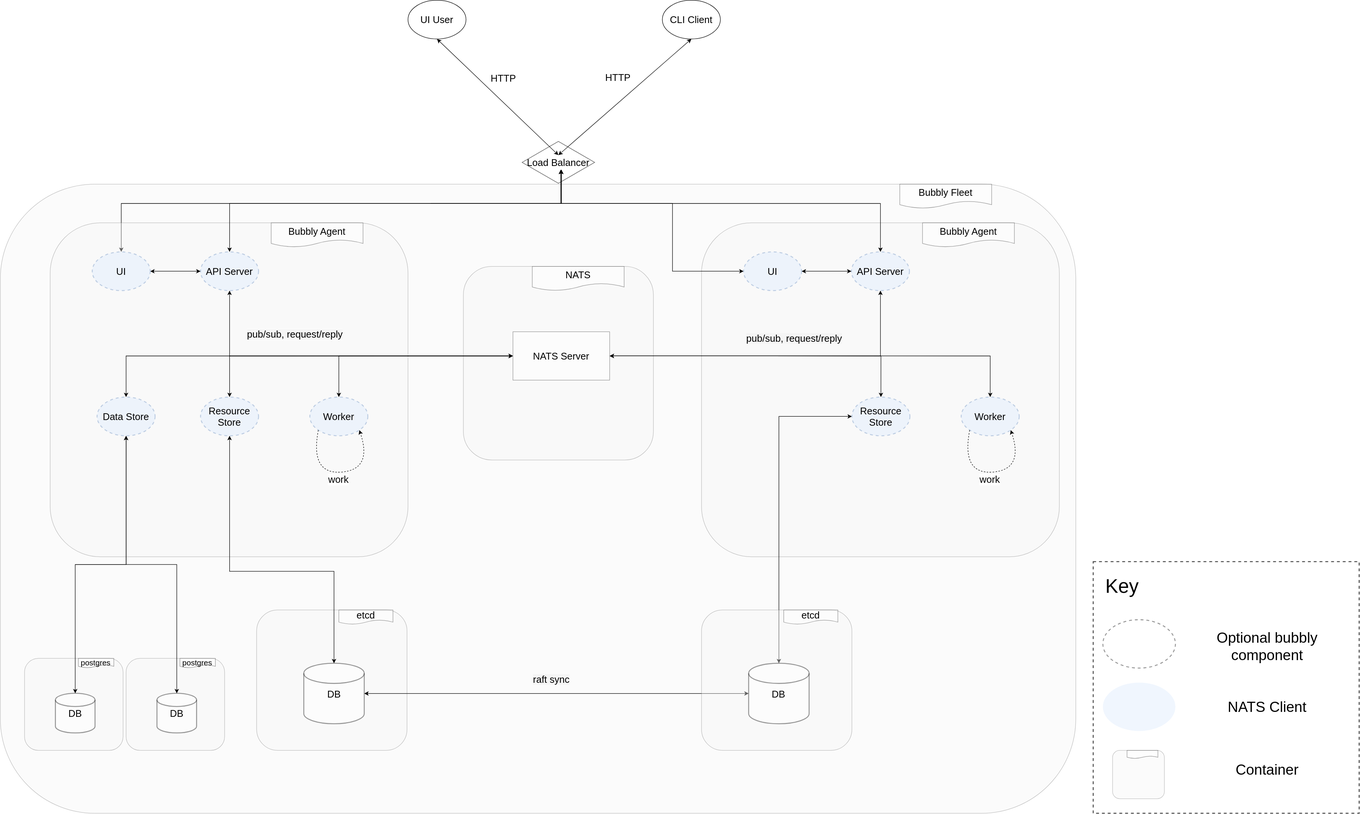
The draw.io diagram docs/images/architecture-multi.drawio.svg in valocode/bubbly, before a commit. Source tidied: cells renumbered, new cells last; positions are measured from the earlier drawing's top-left corner, leaving out a move shared by most shapes.
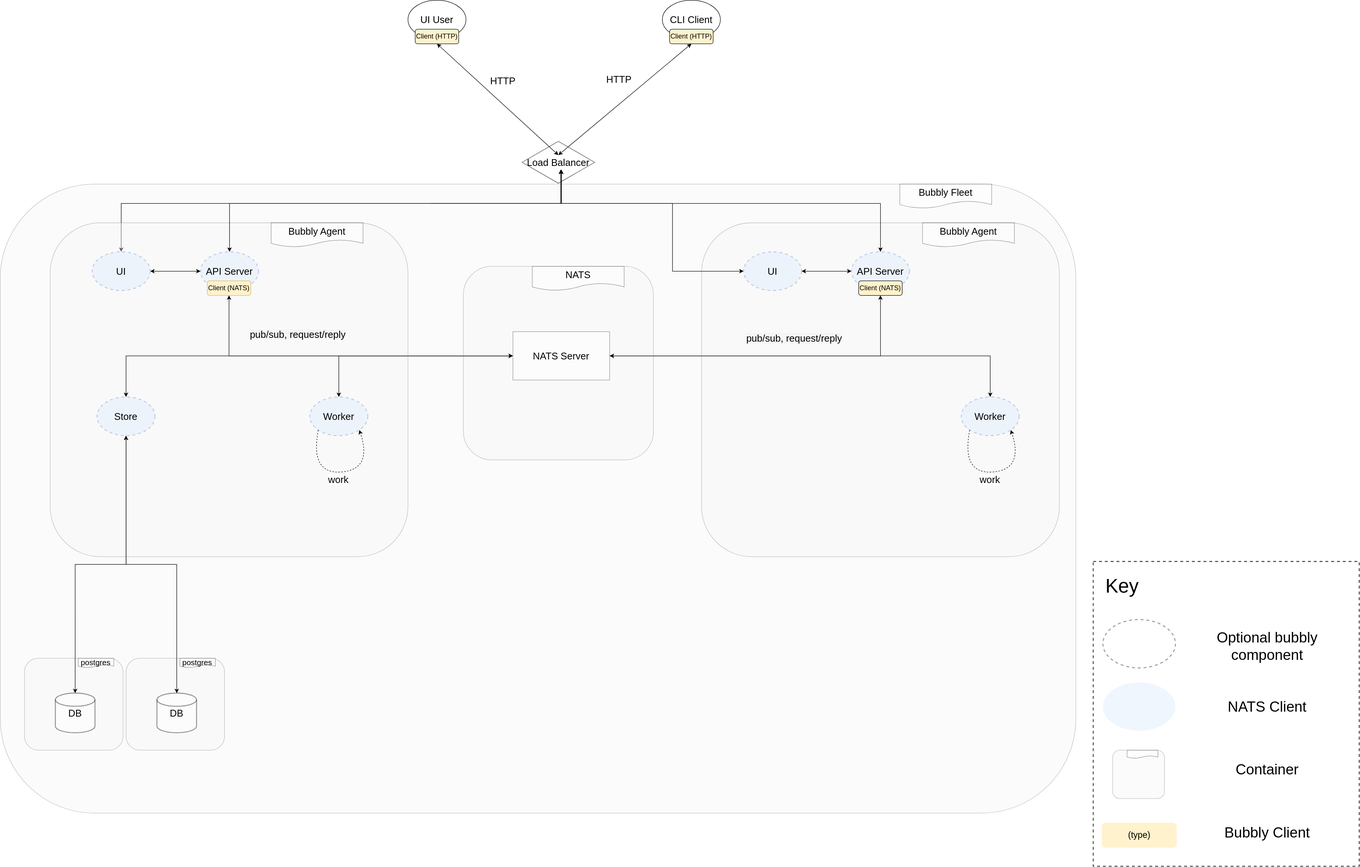
After the change.

Diff of the diagram source:
```diff
@@ -5,18 +5,6 @@
     <mxCell id="2" style="rounded=1;whiteSpace=wrap;html=1;opacity=40;fontSize=20;fillColor=#f5f5f5;strokeColor=#666666;fontColor=#333333;" parent="1" vertex="1">
       <mxGeometry y="380" width="2224" height="1300" as="geometry" />
     </mxCell>
-    <mxCell id="3" style="group;" parent="1" vertex="1">
-      <mxGeometry x="530" y="1260" width="311" height="290" as="geometry" />
-    </mxCell>
-    <mxCell id="4" style="rounded=1;whiteSpace=wrap;html=1;fillColor=#f5f5f5;strokeColor=#666666;fontColor=#333333;opacity=40;fontSize=20;" parent="3" vertex="1">
-      <mxGeometry width="311" height="290" as="geometry" />
-    </mxCell>
-    <mxCell id="5" value="etcd" style="shape=document;whiteSpace=wrap;html=1;boundedLbl=1;opacity=40;fontSize=20;" parent="3" vertex="1">
-      <mxGeometry x="170" width="111.9" height="29.4" as="geometry" />
-    </mxCell>
-    <mxCell id="6" value="DB" style="strokeWidth=2;html=1;shape=mxgraph.flowchart.database;whiteSpace=wrap;fontSize=20;opacity=40;" parent="3" vertex="1">
-      <mxGeometry x="97.5" y="110" width="125" height="125" as="geometry" />
-    </mxCell>
     <mxCell id="7" style="group;" parent="1" vertex="1">
       <mxGeometry x="50" y="1360" width="203.8" height="190" as="geometry" />
     </mxCell>
@@ -53,7 +41,7 @@
     <mxCell id="16" style="rounded=1;whiteSpace=wrap;html=1;fillColor=#f5f5f5;strokeColor=#666666;fontColor=#333333;opacity=40;fontSize=20;" parent="1" vertex="1">
       <mxGeometry x="103" y="460" width="740" height="690" as="geometry" />
     </mxCell>
-    <mxCell id="17" value="&lt;span style=&quot;background-color: rgb(245 , 245 , 245)&quot;&gt;pub/sub, request/reply&lt;/span&gt;" style="edgeStyle=orthogonalEdgeStyle;rounded=0;jettySize=auto;html=1;entryX=0;entryY=0.5;entryDx=0;entryDy=0;fontSize=20;startArrow=classic;startFill=1;exitX=0.5;exitY=1;exitDx=0;exitDy=0;" parent="1" edge="1" source="18" target="23">
+    <mxCell id="17" value="&lt;span style=&quot;background-color: rgb(245 , 245 , 245)&quot;&gt;pub/sub, request/reply&lt;/span&gt;" style="edgeStyle=orthogonalEdgeStyle;rounded=0;jettySize=auto;html=1;entryX=0;entryY=0.5;entryDx=0;entryDy=0;fontSize=20;startArrow=classic;startFill=1;exitX=0.5;exitY=1;exitDx=0;exitDy=0;" parent="1" edge="1" source="74" target="23">
       <mxGeometry x="-0.25" y="45" relative="1" as="geometry">
         <mxPoint x="-1" as="offset" />
       </mxGeometry>
@@ -67,9 +55,6 @@
     <mxCell id="20" style="edgeStyle=orthogonalEdgeStyle;rounded=0;jettySize=auto;html=1;entryX=0.5;entryY=0;entryDx=0;entryDy=0;fontSize=20;startArrow=classic;startFill=1;" parent="1" edge="1" source="23" target="25">
       <mxGeometry relative="1" as="geometry" />
     </mxCell>
-    <mxCell id="21" style="edgeStyle=orthogonalEdgeStyle;rounded=0;jettySize=auto;html=1;entryX=0.5;entryY=0;entryDx=0;entryDy=0;startArrow=classic;startFill=1;fontSize=20;" parent="1" edge="1" source="23" target="27">
-      <mxGeometry relative="1" as="geometry" />
-    </mxCell>
     <mxCell id="22" style="edgeStyle=orthogonalEdgeStyle;rounded=0;jettySize=auto;html=1;entryX=0.5;entryY=0;entryDx=0;entryDy=0;startArrow=classic;startFill=1;fontSize=20;" parent="1" edge="1" source="23" target="29">
       <mxGeometry relative="1" as="geometry" />
     </mxCell>
@@ -79,23 +64,9 @@
     <mxCell id="24" style="edgeStyle=orthogonalEdgeStyle;rounded=0;jettySize=auto;html=1;entryX=0.5;entryY=0;entryDx=0;entryDy=0;fontSize=20;startArrow=classic;startFill=1;entryPerimeter=0;exitX=0.5;exitY=1;exitDx=0;exitDy=0;" parent="1" edge="1" source="25" target="10">
       <mxGeometry relative="1" as="geometry" />
     </mxCell>
-    <mxCell id="25" value="Data Store" style="ellipse;whiteSpace=wrap;html=1;opacity=40;fontSize=20;fillColor=#dae8fc;strokeColor=#6c8ebf;strokeWidth=2;dashed=1;" parent="1" vertex="1">
+    <mxCell id="25" value="Store" style="ellipse;whiteSpace=wrap;html=1;opacity=40;fontSize=20;fillColor=#dae8fc;strokeColor=#6c8ebf;strokeWidth=2;dashed=1;" parent="1" vertex="1">
       <mxGeometry x="200" y="820" width="120" height="80" as="geometry" />
     </mxCell>
-    <mxCell id="26" style="edgeStyle=orthogonalEdgeStyle;rounded=0;jettySize=auto;html=1;entryX=0.5;entryY=0;entryDx=0;entryDy=0;entryPerimeter=0;startArrow=classic;startFill=1;fontSize=20;exitX=0.5;exitY=1;exitDx=0;exitDy=0;" parent="1" edge="1" source="27" target="6">
-      <mxGeometry relative="1" as="geometry">
-        <Array as="points">
-          <mxPoint x="474" y="1180" />
-          <mxPoint x="690" y="1180" />
-        </Array>
-      </mxGeometry>
-    </mxCell>
-    <mxCell id="27" value="Resource Store" style="ellipse;whiteSpace=wrap;html=1;opacity=40;fontSize=20;fillColor=#dae8fc;strokeColor=#6c8ebf;dashed=1;strokeWidth=2;" parent="1" vertex="1">
-      <mxGeometry x="414" y="820" width="120" height="80" as="geometry" />
-    </mxCell>
-    <mxCell id="28" style="edgeStyle=orthogonalEdgeStyle;rounded=0;jettySize=auto;html=1;entryX=0;entryY=0.5;entryDx=0;entryDy=0;entryPerimeter=0;startArrow=classic;startFill=1;exitX=1;exitY=0.5;exitDx=0;exitDy=0;exitPerimeter=0;" parent="1" edge="1" source="6" target="67">
-      <mxGeometry relative="1" as="geometry" />
-    </mxCell>
     <mxCell id="29" value="Worker" style="ellipse;whiteSpace=wrap;html=1;opacity=40;fontSize=20;fillColor=#dae8fc;strokeColor=#6c8ebf;dashed=1;strokeWidth=2;" parent="1" vertex="1">
       <mxGeometry x="640" y="820" width="120" height="80" as="geometry" />
     </mxCell>
@@ -117,7 +88,7 @@
     <mxCell id="33" style="rounded=1;whiteSpace=wrap;html=1;fillColor=#f5f5f5;strokeColor=#666666;fontColor=#333333;opacity=40;fontSize=20;" parent="1" vertex="1">
       <mxGeometry x="1450" y="460" width="740" height="690" as="geometry" />
     </mxCell>
-    <mxCell id="34" style="edgeStyle=orthogonalEdgeStyle;rounded=0;jettySize=auto;html=1;entryX=1;entryY=0.5;entryDx=0;entryDy=0;fontSize=20;startArrow=classic;startFill=1;exitX=0.5;exitY=1;exitDx=0;exitDy=0;" parent="1" edge="1" source="35" target="23">
+    <mxCell id="34" style="edgeStyle=orthogonalEdgeStyle;rounded=0;jettySize=auto;html=1;entryX=1;entryY=0.5;entryDx=0;entryDy=0;fontSize=20;startArrow=classic;startFill=1;exitX=0.5;exitY=1;exitDx=0;exitDy=0;" parent="1" edge="1" source="73" target="23">
       <mxGeometry x="-0.14" y="106" relative="1" as="geometry">
         <mxPoint y="1" as="offset" />
       </mxGeometry>
@@ -128,18 +99,9 @@
     <mxCell id="36" value="Bubbly Agent" style="shape=document;whiteSpace=wrap;html=1;boundedLbl=1;opacity=40;fontSize=20;" parent="1" vertex="1">
       <mxGeometry x="1907" y="460" width="190" height="50" as="geometry" />
     </mxCell>
-    <mxCell id="37" style="edgeStyle=orthogonalEdgeStyle;rounded=0;jettySize=auto;html=1;entryX=0.5;entryY=0;entryDx=0;entryDy=0;startArrow=classic;startFill=1;fontSize=20;exitX=1;exitY=0.5;exitDx=0;exitDy=0;exitPerimeter=0;" parent="1" edge="1" source="23" target="40">
-      <mxGeometry relative="1" as="geometry" />
-    </mxCell>
     <mxCell id="38" style="edgeStyle=orthogonalEdgeStyle;rounded=0;jettySize=auto;html=1;entryX=0.5;entryY=0;entryDx=0;entryDy=0;startArrow=classic;startFill=1;fontSize=20;exitX=1;exitY=0.5;exitDx=0;exitDy=0;" parent="1" edge="1" source="23" target="41">
       <mxGeometry relative="1" as="geometry" />
     </mxCell>
-    <mxCell id="39" style="edgeStyle=orthogonalEdgeStyle;rounded=0;jettySize=auto;html=1;entryX=0.5;entryY=0;entryDx=0;entryDy=0;entryPerimeter=0;startArrow=classic;startFill=1;fontSize=20;" parent="1" edge="1" source="40" target="67">
-      <mxGeometry relative="1" as="geometry" />
-    </mxCell>
-    <mxCell id="40" value="Resource Store" style="ellipse;whiteSpace=wrap;html=1;opacity=40;fontSize=20;fillColor=#dae8fc;strokeColor=#6c8ebf;dashed=1;strokeWidth=2;" parent="1" vertex="1">
-      <mxGeometry x="1761" y="820" width="120" height="80" as="geometry" />
-    </mxCell>
     <mxCell id="41" value="Worker" style="ellipse;whiteSpace=wrap;html=1;opacity=40;fontSize=20;fillColor=#dae8fc;strokeColor=#6c8ebf;dashed=1;strokeWidth=2;" parent="1" vertex="1">
       <mxGeometry x="1987" y="820" width="120" height="80" as="geometry" />
     </mxCell>
@@ -191,24 +153,21 @@
         </Array>
       </mxGeometry>
     </mxCell>
-    <mxCell id="50" value="HTTP" style="endArrow=classic;html=1;fontSize=20;startArrow=classic;startFill=1;exitX=0.5;exitY=1;exitDx=0;exitDy=0;entryX=0.5;entryY=0;entryDx=0;entryDy=0;entryPerimeter=0;" parent="1" edge="1" source="14">
+    <mxCell id="50" value="HTTP" style="endArrow=classic;html=1;fontSize=20;startArrow=classic;startFill=1;entryX=0.5;entryY=0;entryDx=0;entryDy=0;entryPerimeter=0;exitX=0.5;exitY=1;exitDx=0;exitDy=0;" parent="1" edge="1" source="78">
       <mxGeometry x="-0.11" y="36" relative="1" as="geometry">
         <mxPoint x="1154" y="320" as="targetPoint" />
       </mxGeometry>
     </mxCell>
-    <mxCell id="51" value="HTTP" style="endArrow=classic;html=1;fontSize=20;startArrow=classic;startFill=1;exitX=0.5;exitY=1;exitDx=0;exitDy=0;entryX=0.5;entryY=0;entryDx=0;entryDy=0;entryPerimeter=0;" parent="1" edge="1" source="15">
+    <mxCell id="51" value="HTTP" style="endArrow=classic;html=1;fontSize=20;startArrow=classic;startFill=1;exitX=0.5;exitY=1;exitDx=0;exitDy=0;entryX=0.5;entryY=0;entryDx=0;entryDy=0;entryPerimeter=0;" parent="1" edge="1" source="77">
       <mxGeometry x="-0.09" y="-40" relative="1" as="geometry">
         <mxPoint x="1154" y="320" as="targetPoint" />
       </mxGeometry>
     </mxCell>
-    <mxCell id="52" value="&lt;span style=&quot;color: rgb(0 , 0 , 0) ; font-family: &amp;#34;helvetica&amp;#34; ; font-size: 20px ; font-style: normal ; font-weight: 400 ; letter-spacing: normal ; text-align: center ; text-indent: 0px ; text-transform: none ; word-spacing: 0px ; background-color: rgb(245 , 245 , 245) ; display: inline ; float: none&quot;&gt;raft sync&lt;/span&gt;" style="text;whiteSpace=wrap;html=1;fontSize=20;" parent="1" vertex="1">
-      <mxGeometry x="1100" y="1385" width="80" height="40" as="geometry" />
-    </mxCell>
     <mxCell id="53" value="NATS" style="shape=document;whiteSpace=wrap;html=1;boundedLbl=1;opacity=40;fontSize=20;" parent="1" vertex="1">
       <mxGeometry x="1100" y="550" width="190" height="50" as="geometry" />
     </mxCell>
     <mxCell id="54" style="rounded=0;whiteSpace=wrap;html=1;dashed=1;strokeWidth=2;opacity=70;" parent="1" vertex="1">
-      <mxGeometry x="2260" y="1160" width="550" height="520" as="geometry" />
+      <mxGeometry x="2260" y="1160" width="550" height="630" as="geometry" />
     </mxCell>
     <mxCell id="55" style="group;" parent="1" vertex="1">
       <mxGeometry x="2300" y="1550" width="107.2" height="100" as="geometry" />
@@ -237,18 +196,6 @@
     <mxCell id="63" value="&lt;font style=&quot;font-size: 30px&quot;&gt;Container&lt;/font&gt;" style="text;html=1;strokeColor=none;fillColor=none;align=center;verticalAlign=middle;whiteSpace=wrap;rounded=0;dashed=1;opacity=70;" parent="1" vertex="1">
       <mxGeometry x="2490" y="1540" width="260" height="100" as="geometry" />
     </mxCell>
-    <mxCell id="64" style="group;" parent="1" vertex="1">
-      <mxGeometry x="1450" y="1260" width="311" height="290" as="geometry" />
-    </mxCell>
-    <mxCell id="65" style="rounded=1;whiteSpace=wrap;html=1;fillColor=#f5f5f5;strokeColor=#666666;fontColor=#333333;opacity=40;fontSize=20;" parent="64" vertex="1">
-      <mxGeometry width="311" height="290" as="geometry" />
-    </mxCell>
-    <mxCell id="66" value="etcd" style="shape=document;whiteSpace=wrap;html=1;boundedLbl=1;opacity=40;fontSize=20;" parent="64" vertex="1">
-      <mxGeometry x="170" width="111.9" height="29.4" as="geometry" />
-    </mxCell>
-    <mxCell id="67" value="DB" style="strokeWidth=2;html=1;shape=mxgraph.flowchart.database;whiteSpace=wrap;fontSize=20;opacity=40;" parent="64" vertex="1">
-      <mxGeometry x="97.5" y="110" width="125" height="125" as="geometry" />
-    </mxCell>
     <mxCell id="68" style="group;" parent="1" vertex="1">
       <mxGeometry x="260" y="1360" width="203.8" height="190" as="geometry" />
     </mxCell>
@@ -269,5 +216,23 @@
         </Array>
       </mxGeometry>
     </mxCell>
+    <mxCell id="73" value="&lt;font style=&quot;font-size: 14px&quot;&gt;Client (NATS)&lt;/font&gt;" style="rounded=1;whiteSpace=wrap;html=1;fillColor=#fff2cc;" parent="1" vertex="1">
+      <mxGeometry x="1775" y="580" width="90" height="30" as="geometry" />
+    </mxCell>
+    <mxCell id="74" value="&lt;font style=&quot;font-size: 14px&quot;&gt;Client (NATS)&lt;/font&gt;" style="rounded=1;whiteSpace=wrap;html=1;fillColor=#fff2cc;strokeColor=#d6b656;" parent="1" vertex="1">
+      <mxGeometry x="428" y="580" width="90" height="30" as="geometry" />
+    </mxCell>
+    <mxCell id="75" value="&lt;font style=&quot;font-size: 18px&quot;&gt;(type)&lt;/font&gt;" style="rounded=1;whiteSpace=wrap;html=1;fillColor=#fff2cc;strokeColor=none;" parent="1" vertex="1">
+      <mxGeometry x="2277.5" y="1700" width="155" height="51.7" as="geometry" />
+    </mxCell>
+    <mxCell id="76" value="&lt;font style=&quot;font-size: 30px&quot;&gt;Bubbly Client&lt;/font&gt;" style="text;html=1;strokeColor=none;fillColor=none;align=center;verticalAlign=middle;whiteSpace=wrap;rounded=0;dashed=1;opacity=70;" parent="1" vertex="1">
+      <mxGeometry x="2490" y="1670" width="260" height="100" as="geometry" />
+    </mxCell>
+    <mxCell id="77" value="&lt;font style=&quot;font-size: 14px&quot;&gt;Client (HTTP)&lt;/font&gt;" style="rounded=1;whiteSpace=wrap;html=1;fillColor=#fff2cc;" parent="1" vertex="1">
+      <mxGeometry x="1384" y="60" width="90" height="30" as="geometry" />
+    </mxCell>
+    <mxCell id="78" value="&lt;font style=&quot;font-size: 14px&quot;&gt;Client (HTTP)&lt;/font&gt;" style="rounded=1;whiteSpace=wrap;html=1;fillColor=#fff2cc;" parent="1" vertex="1">
+      <mxGeometry x="858" y="60" width="90" height="30" as="geometry" />
+    </mxCell>
   </root>
 </mxGraphModel>
```
